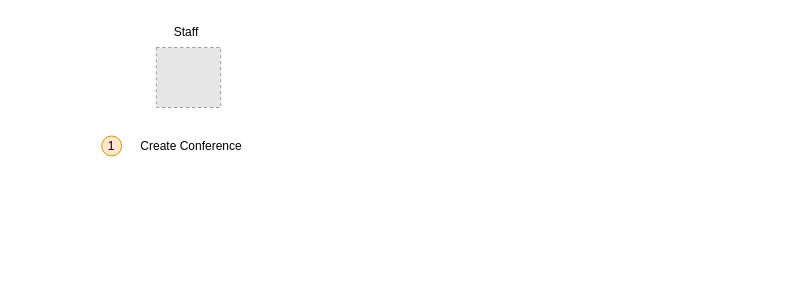
Earlier version of the draw.io diagram website_creation.drawio (ThuongHoang456189/prepare-23-05-2023-files). Source tidied: cells renumbered, new cells numbered last; positions are measured from the earlier drawing's top-left corner, leaving out a move shared by most shapes. Both pictures are drawn from the tidied source at 100%, with x=0, y=0 at pixel (101, 17). Pictures stored in the file or linked from it are replaced by grey dashed boxes.
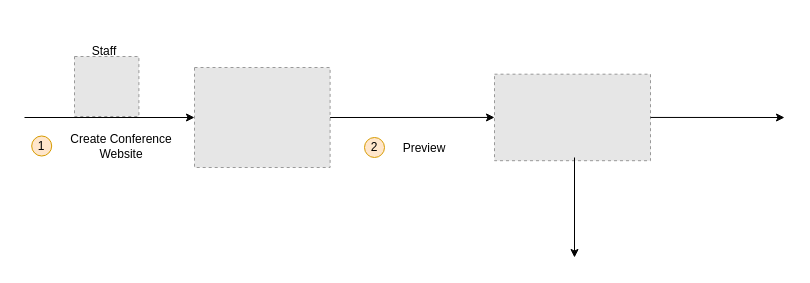
Above is the later version.

Commit message:
Cập nhật website_creation.drawio

Unchanged cells that the change refers to:
```xml
<mxCell id="3" style="group;" parent="2" vertex="1">
  <mxGeometry width="64.4" height="90" as="geometry" />
</mxCell>
```

The edit, as a diff of the source:
```diff
@@
     <mxCell id="2" style="group;" parent="1" vertex="1">
-      <mxGeometry x="54.8" width="64.4" height="90" as="geometry" />
+      <mxGeometry x="-27" y="9" width="64.4" height="90" as="geometry" />
     </mxCell>
@@
     <mxCell id="5" value="Staff" style="text;html=1;strokeColor=none;fillColor=none;align=center;verticalAlign=middle;whiteSpace=wrap;rounded=0;" parent="3" vertex="1">
-      <mxGeometry width="60" height="30" as="geometry" />
+      <mxGeometry y="10" width="60" height="30" as="geometry" />
     </mxCell>
     <mxCell id="6" style="group;" parent="1" vertex="1">
-      <mxGeometry x="0.2" y="118.5" width="150" height="21.5" as="geometry" />
+      <mxGeometry x="-69.8" y="118.5" width="150" height="21.5" as="geometry" />
     </mxCell>
@@
-    <mxCell id="8" value="Create Conference" style="text;html=1;strokeColor=none;fillColor=none;align=center;verticalAlign=middle;whiteSpace=wrap;rounded=0;" parent="6" vertex="1">
+    <mxCell id="8" value="Create Conference Website" style="text;html=1;strokeColor=none;fillColor=none;align=center;verticalAlign=middle;whiteSpace=wrap;rounded=0;" parent="6" vertex="1">
       <mxGeometry x="30" width="120" height="21.5" as="geometry" />
     </mxCell>
+    <mxCell id="9" style="endArrow=classic;html=1;rounded=0;entryX=0;entryY=0.5;entryDx=0;entryDy=0;" parent="1" edge="1" target="10">
+      <mxGeometry relative="1" as="geometry">
+        <mxPoint x="-77" y="100" as="sourcePoint" />
+      </mxGeometry>
+    </mxCell>
+    <mxCell id="10" style="fillColor=#E6E6E6;strokeColor=#999999;dashed=1;verticalLabelPosition=bottom;verticalAlign=top;" parent="1" vertex="1">
+      <mxGeometry x="93" y="50" width="135.6" height="100" as="geometry" />
+    </mxCell>
+    <mxCell id="11" style="endArrow=classic;html=1;rounded=0;exitX=1;exitY=0.5;exitDx=0;exitDy=0;entryX=0;entryY=0.5;entryDx=0;entryDy=0;" parent="1" edge="1" source="10" target="15">
+      <mxGeometry relative="1" as="geometry" />
+    </mxCell>
+    <mxCell id="12" style="group;" parent="1" vertex="1">
+      <mxGeometry x="223" y="120" width="150" height="21.5" as="geometry" />
+    </mxCell>
+    <mxCell id="13" value="2" style="ellipse;whiteSpace=wrap;html=1;strokeColor=#d79b00;fillColor=#ffe6cc;" parent="12" vertex="1">
+      <mxGeometry x="40" width="20" height="20" as="geometry" />
+    </mxCell>
+    <mxCell id="14" value="Preview" style="text;html=1;strokeColor=none;fillColor=none;align=center;verticalAlign=middle;whiteSpace=wrap;rounded=0;" parent="12" vertex="1">
+      <mxGeometry x="40" width="120" height="21.5" as="geometry" />
+    </mxCell>
+    <mxCell id="15" style="fillColor=#E6E6E6;strokeColor=#999999;dashed=1;verticalLabelPosition=bottom;verticalAlign=top;" parent="1" vertex="1">
+      <mxGeometry x="393" y="56.7" width="156" height="86.5" as="geometry" />
+    </mxCell>
+    <mxCell id="16" style="endArrow=classic;html=1;rounded=0;" parent="1" edge="1">
+      <mxGeometry relative="1" as="geometry">
+        <mxPoint x="473" y="140" as="sourcePoint" />
+        <mxPoint x="473" y="240" as="targetPoint" />
+      </mxGeometry>
+    </mxCell>
+    <mxCell id="17" style="endArrow=classic;html=1;rounded=0;exitX=1;exitY=0.5;exitDx=0;exitDy=0;" parent="1" edge="1" source="15">
+      <mxGeometry relative="1" as="geometry">
+        <mxPoint x="683" y="100" as="targetPoint" />
+      </mxGeometry>
+    </mxCell>
```
